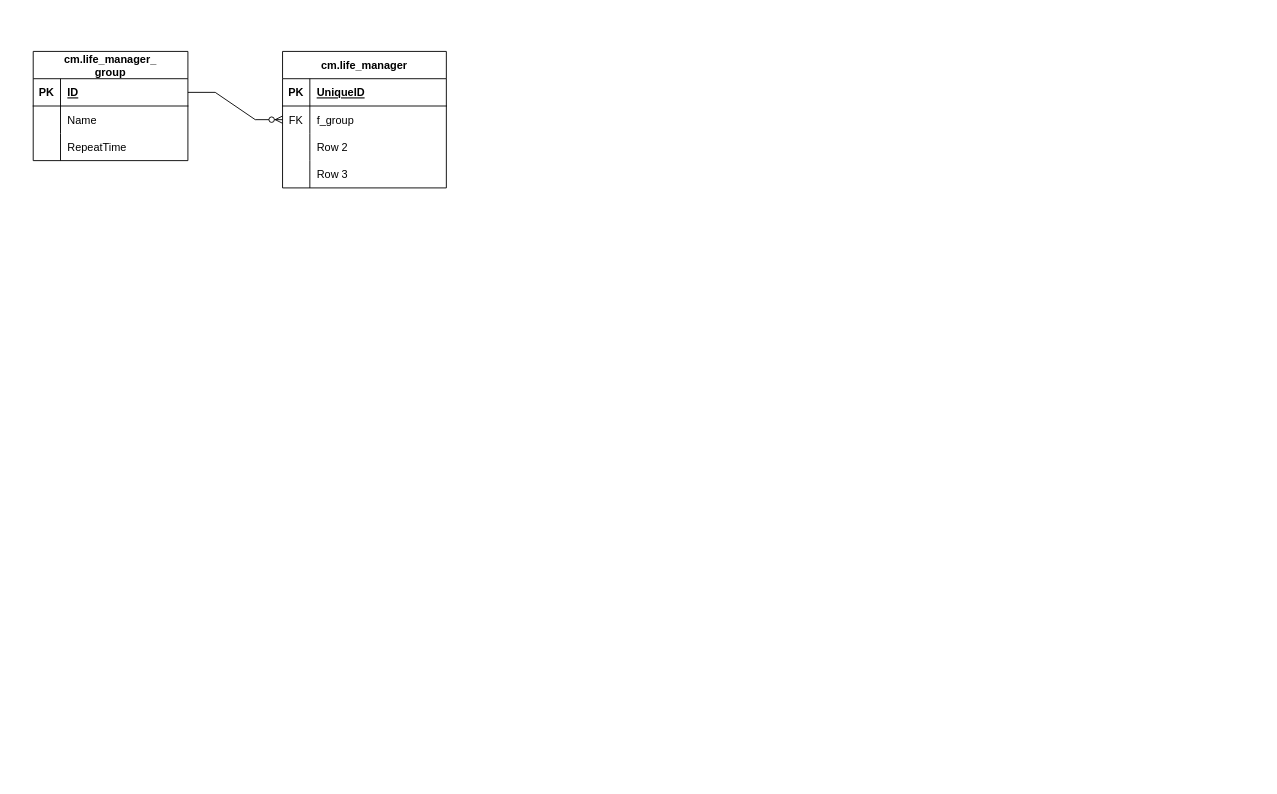
The draw.io diagram ToDoList.drawio in Da11oS/Proektny-praktikum, before the edit. Source tidied: cells renumbered, new cells numbered last; positions are measured from the earlier drawing's top-left corner, leaving out a move shared by most shapes. Both pictures are drawn from the tidied source at 91%, with x=0, y=0 at pixel (33, 51).
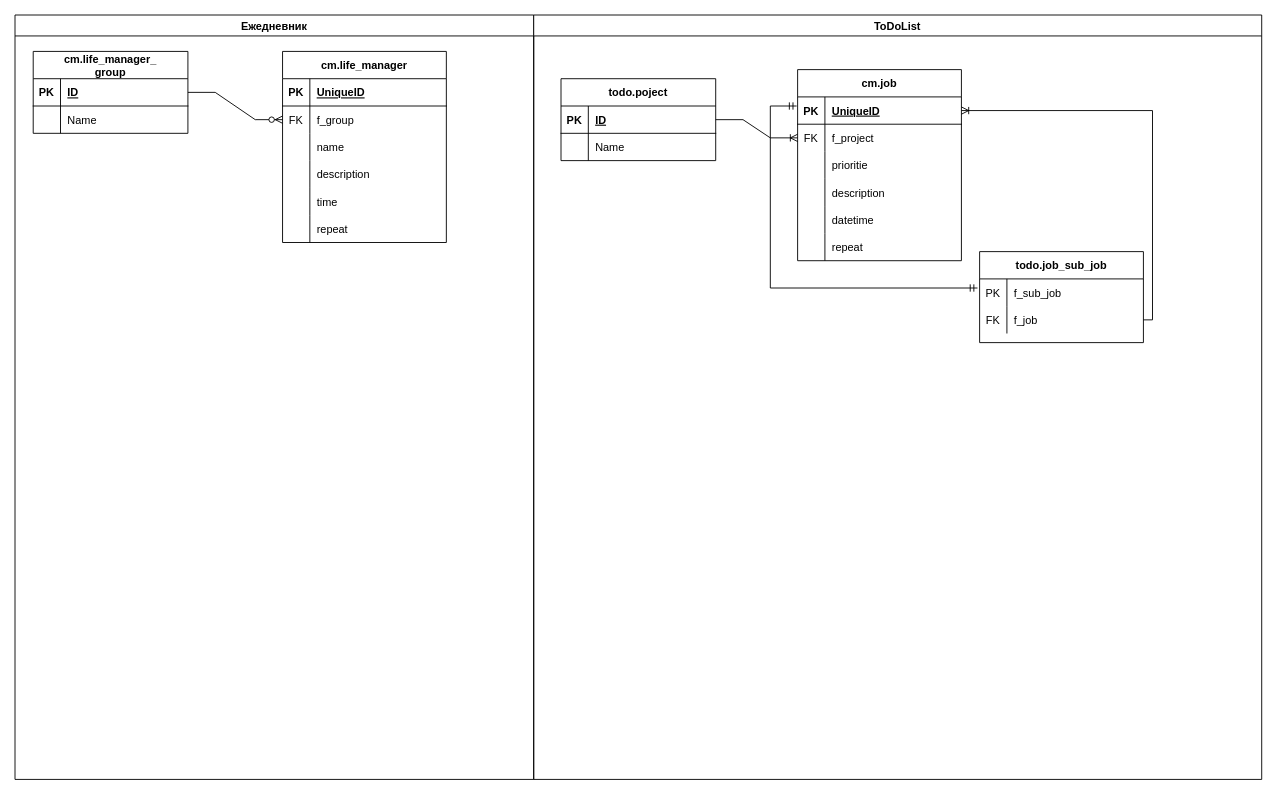
The same diagram, later.

Unchanged cells that the change refers to:
```xml
<mxCell id="19" style="shape=tableRow;horizontal=0;startSize=0;swimlaneHead=0;swimlaneBody=0;fillColor=none;top=0;left=0;right=0;bottom=0;" parent="12" vertex="1">
  <mxGeometry y="90" width="180" height="30" as="geometry" />
</mxCell>
<mxCell id="22" style="shape=tableRow;horizontal=0;startSize=0;swimlaneHead=0;swimlaneBody=0;fillColor=none;top=0;left=0;right=0;bottom=0;" parent="12" vertex="1">
  <mxGeometry y="120" width="180" height="30" as="geometry" />
</mxCell>
```

Diff of the diagram source:
```diff
@@
     <mxCell id="2" value="cm.life_manager_&#10;group" style="shape=table;startSize=30;childLayout=tableLayout;rowLines=0;fontStyle=1;align=center;" parent="1" vertex="1">
-      <mxGeometry width="170" height="120" as="geometry" />
+      <mxGeometry width="170" height="90" as="geometry" />
     </mxCell>
@@
-    <mxCell id="9" style="shape=tableRow;horizontal=0;startSize=0;swimlaneHead=0;swimlaneBody=0;fillColor=none;top=0;left=0;right=0;bottom=0;" parent="2" vertex="1">
-      <mxGeometry y="90" width="170" height="30" as="geometry" />
-    </mxCell>
-    <mxCell id="10" style="shape=partialRectangle;fillColor=none;top=0;left=0;bottom=0;right=0;overflow=hidden;" parent="9" vertex="1">
-      <mxGeometry width="30" height="30" as="geometry" />
-    </mxCell>
-    <mxCell id="11" value="RepeatTime" style="shape=partialRectangle;fillColor=none;top=0;left=0;bottom=0;right=0;align=left;spacingLeft=6;overflow=hidden;" parent="9" vertex="1">
-      <mxGeometry x="30" width="140" height="30" as="geometry" />
-    </mxCell>
     <mxCell id="12" value="cm.life_manager" style="shape=table;startSize=30;childLayout=tableLayout;rowLines=0;fontStyle=1;align=center;" parent="1" vertex="1">
-      <mxGeometry x="274" width="180" height="150" as="geometry" />
+      <mxGeometry x="274" width="180" height="210" as="geometry" />
     </mxCell>
@@
-    <mxCell id="21" value="Row 2" style="shape=partialRectangle;fillColor=none;top=0;left=0;bottom=0;right=0;align=left;spacingLeft=6;overflow=hidden;" parent="19" vertex="1">
+    <mxCell id="21" value="name" style="shape=partialRectangle;fillColor=none;top=0;left=0;bottom=0;right=0;align=left;spacingLeft=6;overflow=hidden;" parent="19" vertex="1">
       <mxGeometry x="30" width="150" height="30" as="geometry" />
     </mxCell>
@@
-    <mxCell id="24" value="Row 3" style="shape=partialRectangle;fillColor=none;top=0;left=0;bottom=0;right=0;align=left;spacingLeft=6;overflow=hidden;" parent="22" vertex="1">
+    <mxCell id="24" value="description" style="shape=partialRectangle;fillColor=none;top=0;left=0;bottom=0;right=0;align=left;spacingLeft=6;overflow=hidden;" parent="22" vertex="1">
       <mxGeometry x="30" width="150" height="30" as="geometry" />
     </mxCell>
+    <mxCell id="26" style="shape=tableRow;horizontal=0;startSize=0;swimlaneHead=0;swimlaneBody=0;fillColor=none;top=0;left=0;right=0;bottom=0;" parent="12" vertex="1">
+      <mxGeometry y="150" width="180" height="30" as="geometry" />
+    </mxCell>
+    <mxCell id="27" style="shape=partialRectangle;fillColor=none;top=0;left=0;bottom=0;right=0;overflow=hidden;" parent="26" vertex="1">
+      <mxGeometry width="30" height="30" as="geometry" />
+    </mxCell>
+    <mxCell id="28" value="time" style="shape=partialRectangle;fillColor=none;top=0;left=0;bottom=0;right=0;align=left;spacingLeft=6;overflow=hidden;" parent="26" vertex="1">
+      <mxGeometry x="30" width="150" height="30" as="geometry" />
+    </mxCell>
+    <mxCell id="29" style="shape=tableRow;horizontal=0;startSize=0;swimlaneHead=0;swimlaneBody=0;fillColor=none;top=0;left=0;right=0;bottom=0;" parent="12" vertex="1">
+      <mxGeometry y="180" width="180" height="30" as="geometry" />
+    </mxCell>
+    <mxCell id="30" style="shape=partialRectangle;fillColor=none;top=0;left=0;bottom=0;right=0;overflow=hidden;" parent="29" vertex="1">
+      <mxGeometry width="30" height="30" as="geometry" />
+    </mxCell>
+    <mxCell id="31" value="repeat" style="shape=partialRectangle;fillColor=none;top=0;left=0;bottom=0;right=0;align=left;spacingLeft=6;overflow=hidden;" parent="29" vertex="1">
+      <mxGeometry x="30" width="150" height="30" as="geometry" />
+    </mxCell>
@@
+    <mxCell id="32" value="Ежедневник" style="swimlane;" parent="1" vertex="1">
+      <mxGeometry x="-20" y="-40" width="570" height="840" as="geometry" />
+    </mxCell>
+    <mxCell id="33" value="ToDoList" style="swimlane;" parent="1" vertex="1">
+      <mxGeometry x="550" y="-40" width="800" height="840" as="geometry" />
+    </mxCell>
+    <mxCell id="34" value="cm.job" style="shape=table;startSize=30;childLayout=tableLayout;rowLines=0;fontStyle=1;align=center;" parent="33" vertex="1">
+      <mxGeometry x="290" y="60" width="180" height="210" as="geometry" />
+    </mxCell>
+    <mxCell id="35" style="shape=tableRow;horizontal=0;startSize=0;swimlaneHead=0;swimlaneBody=0;fillColor=none;points=[[0,0.5],[1,0.5]];portConstraint=eastwest;top=0;left=0;right=0;bottom=1;" parent="34" vertex="1">
+      <mxGeometry y="30" width="180" height="30" as="geometry" />
+    </mxCell>
+    <mxCell id="36" value="PK" style="shape=partialRectangle;fillColor=none;top=0;left=0;bottom=0;right=0;fontStyle=1;overflow=hidden;" parent="35" vertex="1">
+      <mxGeometry width="30" height="30" as="geometry" />
+    </mxCell>
+    <mxCell id="37" value="UniqueID" style="shape=partialRectangle;fillColor=none;top=0;left=0;bottom=0;right=0;align=left;spacingLeft=6;fontStyle=5;overflow=hidden;" parent="35" vertex="1">
+      <mxGeometry x="30" width="150" height="30" as="geometry" />
+    </mxCell>
+    <mxCell id="38" style="shape=tableRow;horizontal=0;startSize=0;swimlaneHead=0;swimlaneBody=0;fillColor=none;points=[[0,0.5],[1,0.5]];portConstraint=eastwest;top=0;left=0;right=0;bottom=0;" parent="34" vertex="1">
+      <mxGeometry y="60" width="180" height="30" as="geometry" />
+    </mxCell>
+    <mxCell id="39" value="FK" style="shape=partialRectangle;fillColor=none;top=0;left=0;bottom=0;right=0;overflow=hidden;" parent="38" vertex="1">
+      <mxGeometry width="30" height="30" as="geometry" />
+    </mxCell>
+    <mxCell id="40" value="f_project" style="shape=partialRectangle;fillColor=none;top=0;left=0;bottom=0;right=0;align=left;spacingLeft=6;overflow=hidden;" parent="38" vertex="1">
+      <mxGeometry x="30" width="150" height="30" as="geometry" />
+    </mxCell>
+    <mxCell id="41" style="shape=tableRow;horizontal=0;startSize=0;swimlaneHead=0;swimlaneBody=0;fillColor=none;top=0;left=0;right=0;bottom=0;" parent="34" vertex="1">
+      <mxGeometry y="90" width="180" height="30" as="geometry" />
+    </mxCell>
+    <mxCell id="42" style="shape=partialRectangle;fillColor=none;top=0;left=0;bottom=0;right=0;overflow=hidden;" parent="41" vertex="1">
+      <mxGeometry width="30" height="30" as="geometry" />
+    </mxCell>
+    <mxCell id="43" value="prioritie" style="shape=partialRectangle;fillColor=none;top=0;left=0;bottom=0;right=0;align=left;spacingLeft=6;overflow=hidden;" parent="41" vertex="1">
+      <mxGeometry x="30" width="150" height="30" as="geometry" />
+    </mxCell>
+    <mxCell id="44" style="shape=tableRow;horizontal=0;startSize=0;swimlaneHead=0;swimlaneBody=0;fillColor=none;top=0;left=0;right=0;bottom=0;" parent="34" vertex="1">
+      <mxGeometry y="120" width="180" height="30" as="geometry" />
+    </mxCell>
+    <mxCell id="45" style="shape=partialRectangle;fillColor=none;top=0;left=0;bottom=0;right=0;overflow=hidden;" parent="44" vertex="1">
+      <mxGeometry width="30" height="30" as="geometry" />
+    </mxCell>
+    <mxCell id="46" value="description" style="shape=partialRectangle;fillColor=none;top=0;left=0;bottom=0;right=0;align=left;spacingLeft=6;overflow=hidden;" parent="44" vertex="1">
+      <mxGeometry x="30" width="150" height="30" as="geometry" />
+    </mxCell>
+    <mxCell id="47" style="shape=tableRow;horizontal=0;startSize=0;swimlaneHead=0;swimlaneBody=0;fillColor=none;top=0;left=0;right=0;bottom=0;" parent="34" vertex="1">
+      <mxGeometry y="150" width="180" height="30" as="geometry" />
+    </mxCell>
+    <mxCell id="48" style="shape=partialRectangle;fillColor=none;top=0;left=0;bottom=0;right=0;overflow=hidden;" parent="47" vertex="1">
+      <mxGeometry width="30" height="30" as="geometry" />
+    </mxCell>
+    <mxCell id="49" value="datetime" style="shape=partialRectangle;fillColor=none;top=0;left=0;bottom=0;right=0;align=left;spacingLeft=6;overflow=hidden;" parent="47" vertex="1">
+      <mxGeometry x="30" width="150" height="30" as="geometry" />
+    </mxCell>
+    <mxCell id="50" style="shape=tableRow;horizontal=0;startSize=0;swimlaneHead=0;swimlaneBody=0;fillColor=none;top=0;left=0;right=0;bottom=0;" parent="34" vertex="1">
+      <mxGeometry y="180" width="180" height="30" as="geometry" />
+    </mxCell>
+    <mxCell id="51" style="shape=partialRectangle;fillColor=none;top=0;left=0;bottom=0;right=0;overflow=hidden;" parent="50" vertex="1">
+      <mxGeometry width="30" height="30" as="geometry" />
+    </mxCell>
+    <mxCell id="52" value="repeat" style="shape=partialRectangle;fillColor=none;top=0;left=0;bottom=0;right=0;align=left;spacingLeft=6;overflow=hidden;" parent="50" vertex="1">
+      <mxGeometry x="30" width="150" height="30" as="geometry" />
+    </mxCell>
+    <mxCell id="53" value="todo.poject" style="shape=table;startSize=30;childLayout=tableLayout;rowLines=0;fontStyle=1;align=center;" parent="33" vertex="1">
+      <mxGeometry x="30" y="70" width="170" height="90" as="geometry" />
+    </mxCell>
+    <mxCell id="54" style="shape=tableRow;horizontal=0;startSize=0;swimlaneHead=0;swimlaneBody=0;fillColor=none;points=[[0,0.5],[1,0.5]];portConstraint=eastwest;top=0;left=0;right=0;bottom=1;" parent="53" vertex="1">
+      <mxGeometry y="30" width="170" height="30" as="geometry" />
+    </mxCell>
+    <mxCell id="55" value="PK" style="shape=partialRectangle;fillColor=none;top=0;left=0;bottom=0;right=0;fontStyle=1;overflow=hidden;" parent="54" vertex="1">
+      <mxGeometry width="30" height="30" as="geometry" />
+    </mxCell>
+    <mxCell id="56" value="ID" style="shape=partialRectangle;fillColor=none;top=0;left=0;bottom=0;right=0;align=left;spacingLeft=6;fontStyle=5;overflow=hidden;" parent="54" vertex="1">
+      <mxGeometry x="30" width="140" height="30" as="geometry" />
+    </mxCell>
+    <mxCell id="57" style="shape=tableRow;horizontal=0;startSize=0;swimlaneHead=0;swimlaneBody=0;fillColor=none;top=0;left=0;right=0;bottom=0;" parent="53" vertex="1">
+      <mxGeometry y="60" width="170" height="30" as="geometry" />
+    </mxCell>
+    <mxCell id="58" style="shape=partialRectangle;fillColor=none;top=0;left=0;bottom=0;right=0;overflow=hidden;" parent="57" vertex="1">
+      <mxGeometry width="30" height="30" as="geometry" />
+    </mxCell>
+    <mxCell id="59" value="Name" style="shape=partialRectangle;fillColor=none;top=0;left=0;bottom=0;right=0;align=left;spacingLeft=6;overflow=hidden;" parent="57" vertex="1">
+      <mxGeometry x="30" width="140" height="30" as="geometry" />
+    </mxCell>
+    <mxCell id="60" value="todo.job_sub_job" style="shape=table;startSize=30;childLayout=tableLayout;rowLines=0;fontStyle=1;align=center;" parent="33" vertex="1">
+      <mxGeometry x="490" y="260" width="180" height="100" as="geometry" />
+    </mxCell>
+    <mxCell id="61" style="shape=tableRow;horizontal=0;startSize=0;swimlaneHead=0;swimlaneBody=0;fillColor=none;points=[[0,0.5],[1,0.5]];portConstraint=eastwest;top=0;left=0;right=0;bottom=0;" parent="60" vertex="1">
+      <mxGeometry y="30" width="180" height="30" as="geometry" />
+    </mxCell>
+    <mxCell id="62" value="PK" style="shape=partialRectangle;fillColor=none;top=0;left=0;bottom=0;right=0;overflow=hidden;" parent="61" vertex="1">
+      <mxGeometry width="30" height="30" as="geometry" />
+    </mxCell>
+    <mxCell id="63" value="f_sub_job" style="shape=partialRectangle;fillColor=none;top=0;left=0;bottom=0;right=0;align=left;spacingLeft=6;overflow=hidden;" parent="61" vertex="1">
+      <mxGeometry x="30" width="150" height="30" as="geometry" />
+    </mxCell>
+    <mxCell id="64" style="shape=tableRow;horizontal=0;startSize=0;swimlaneHead=0;swimlaneBody=0;fillColor=none;points=[[0,0.5],[1,0.5]];portConstraint=eastwest;top=0;left=0;right=0;bottom=0;" parent="60" vertex="1">
+      <mxGeometry y="60" width="180" height="30" as="geometry" />
+    </mxCell>
+    <mxCell id="65" value="FK" style="shape=partialRectangle;fillColor=none;top=0;left=0;bottom=0;right=0;overflow=hidden;" parent="64" vertex="1">
+      <mxGeometry width="30" height="30" as="geometry" />
+    </mxCell>
+    <mxCell id="66" value="f_job" style="shape=partialRectangle;fillColor=none;top=0;left=0;bottom=0;right=0;align=left;spacingLeft=6;overflow=hidden;" parent="64" vertex="1">
+      <mxGeometry x="30" width="150" height="30" as="geometry" />
+    </mxCell>
+    <mxCell id="67" style="edgeStyle=elbowEdgeStyle;fontSize=12;html=1;endArrow=ERmandOne;startArrow=ERmandOne;rounded=0;entryX=-0.013;entryY=0.333;entryDx=0;entryDy=0;entryPerimeter=0;exitX=-0.006;exitY=0.333;exitDx=0;exitDy=0;exitPerimeter=0;elbow=vertical;" parent="33" edge="1" source="35" target="61">
+      <mxGeometry relative="1" as="geometry">
+        <Array as="points">
+          <mxPoint x="260" y="10" />
+        </Array>
+      </mxGeometry>
+    </mxCell>
+    <mxCell id="68" style="edgeStyle=orthogonalEdgeStyle;fontSize=12;html=1;endArrow=ERoneToMany;rounded=0;entryX=1;entryY=0.5;entryDx=0;entryDy=0;exitX=1;exitY=0.5;exitDx=0;exitDy=0;" parent="33" edge="1" source="64" target="35">
+      <mxGeometry relative="1" as="geometry" />
+    </mxCell>
+    <mxCell id="69" style="edgeStyle=entityRelationEdgeStyle;fontSize=12;html=1;endArrow=ERoneToMany;rounded=0;exitX=1;exitY=0.5;exitDx=0;exitDy=0;entryX=0;entryY=0.5;entryDx=0;entryDy=0;" parent="33" edge="1" source="54" target="38">
+      <mxGeometry relative="1" as="geometry" />
+    </mxCell>
```
